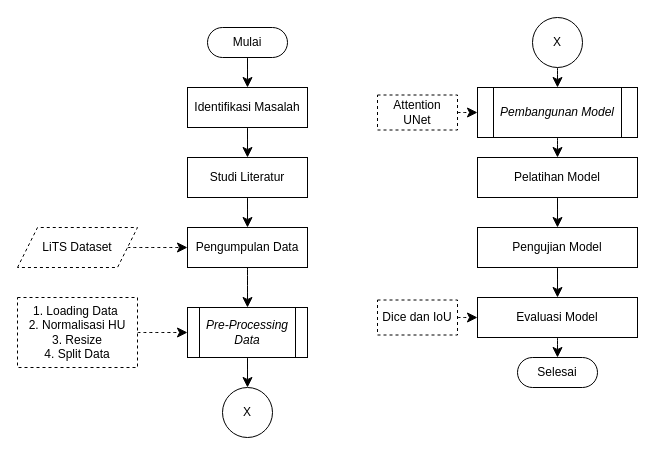
Before: Tahapan_Penelitian.drawio in hanxskuy/Skripshuy, a draw.io diagram. Source tidied: cells renumbered, new cells numbered last; positions are measured from the earlier drawing's top-left corner, leaving out a move shared by most shapes. Both pictures are drawn from the tidied source at 100%, with x=0, y=0 at pixel (17, 17).
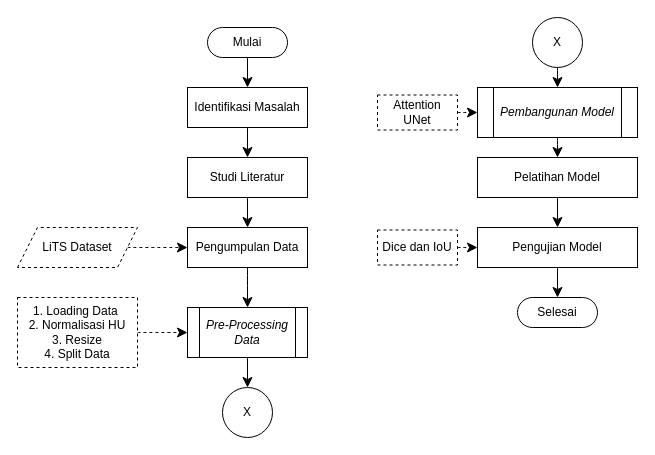
Above is the later version.

Unchanged cells that the change refers to:
```xml
<mxCell id="26" value="Pengujian Model" style="rounded=0;whiteSpace=wrap;html=1;" parent="1" vertex="1">
  <mxGeometry x="460" y="210" width="160" height="40" as="geometry" />
</mxCell>
```

Change to the diagram source:
```diff
@@
-    <mxCell id="25" style="edgeStyle=none;curved=1;rounded=0;jettySize=auto;html=1;exitX=0.5;exitY=1;exitDx=0;exitDy=0;entryX=0.5;entryY=0;entryDx=0;entryDy=0;fontSize=12;startSize=8;endSize=8;" parent="1" edge="1" source="26" target="27">
-      <mxGeometry relative="1" as="geometry" />
+    <mxCell id="25" style="edgeStyle=none;curved=1;rounded=0;jettySize=auto;html=1;exitX=0.5;exitY=1;exitDx=0;exitDy=0;entryX=0.5;entryY=0;entryDx=0;entryDy=0;fontSize=12;startSize=8;endSize=8;" parent="1" edge="1" source="26">
+      <mxGeometry relative="1" as="geometry">
+        <mxPoint x="540" y="280" as="targetPoint" />
+      </mxGeometry>
     </mxCell>
@@
-    <mxCell id="27" value="Evaluasi Model" style="rounded=0;whiteSpace=wrap;html=1;" parent="1" vertex="1">
-      <mxGeometry x="460" y="280" width="160" height="40" as="geometry" />
-    </mxCell>
-    <mxCell id="28" style="edgeStyle=none;curved=1;rounded=0;jettySize=auto;html=1;exitX=1;exitY=0.5;exitDx=0;exitDy=0;entryX=0;entryY=0.5;entryDx=0;entryDy=0;fontSize=12;startSize=8;endSize=8;dashed=1;" parent="1" edge="1" source="29" target="27">
+    <mxCell id="28" style="edgeStyle=none;curved=1;rounded=0;jettySize=auto;html=1;exitX=1;exitY=0.5;exitDx=0;exitDy=0;entryX=0;entryY=0.5;entryDx=0;entryDy=0;fontSize=12;startSize=8;endSize=8;dashed=1;" parent="1" edge="1" source="29" target="26">
       <mxGeometry relative="1" as="geometry" />
     </mxCell>
     <mxCell id="29" value="Dice dan IoU" style="rounded=0;whiteSpace=wrap;html=1;dashed=1;" parent="1" vertex="1">
-      <mxGeometry x="360" y="282.5" width="80" height="35" as="geometry" />
+      <mxGeometry x="360" y="212.5" width="80" height="35" as="geometry" />
     </mxCell>
     <mxCell id="30" value="Selesai" style="html=1;dashed=0;whiteSpace=wrap;shape=mxgraph.dfd.start;" parent="1" vertex="1">
-      <mxGeometry x="500" y="340" width="80" height="30" as="geometry" />
+      <mxGeometry x="500" y="280" width="80" height="30" as="geometry" />
     </mxCell>
-    <mxCell id="31" style="edgeStyle=none;curved=1;rounded=0;jettySize=auto;html=1;exitX=0.5;exitY=1;exitDx=0;exitDy=0;entryX=0.5;entryY=0.5;entryDx=0;entryDy=-15;entryPerimeter=0;fontSize=12;startSize=8;endSize=8;" parent="1" edge="1" source="27" target="30">
-      <mxGeometry relative="1" as="geometry" />
-    </mxCell>
```
